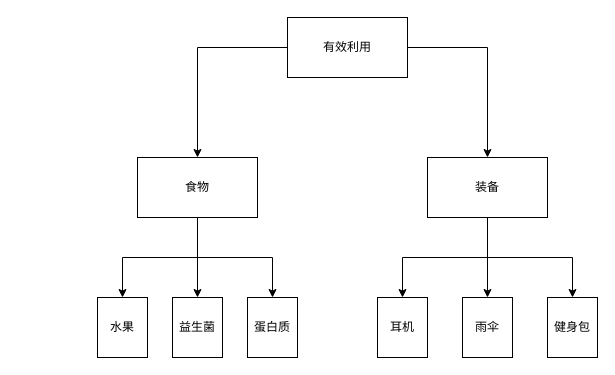
The draw.io diagram app.drawio in icavanyu/tools, before the edit. Source tidied: cells renumbered, new cells numbered last; positions are measured from the earlier drawing's top-left corner, leaving out a move shared by most shapes. Both pictures are drawn from the tidied source at 100%, with x=0, y=0 at pixel (97, 17).
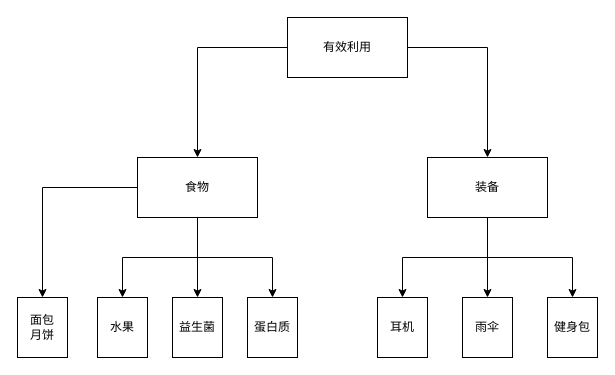
After the change.

The change refers to these unchanged cells:
```xml
<mxCell id="12" value="食物" style="rounded=0;whiteSpace=wrap;html=1;" parent="1" vertex="1">
  <mxGeometry x="40" y="140" width="120" height="60" as="geometry" />
</mxCell>
```

What changed in the source:
```diff
@@
+    <mxCell id="19" style="edgeStyle=orthogonalEdgeStyle;rounded=0;jettySize=auto;html=1;entryX=0.5;entryY=0;entryDx=0;entryDy=0;" parent="1" edge="1" source="12" target="20">
+      <mxGeometry relative="1" as="geometry" />
+    </mxCell>
@@
+    <mxCell id="20" value="面包&lt;div&gt;月饼&lt;/div&gt;" style="rounded=0;whiteSpace=wrap;html=1;" parent="1" vertex="1">
+      <mxGeometry x="-80" y="280" width="50" height="60" as="geometry" />
+    </mxCell>
```
